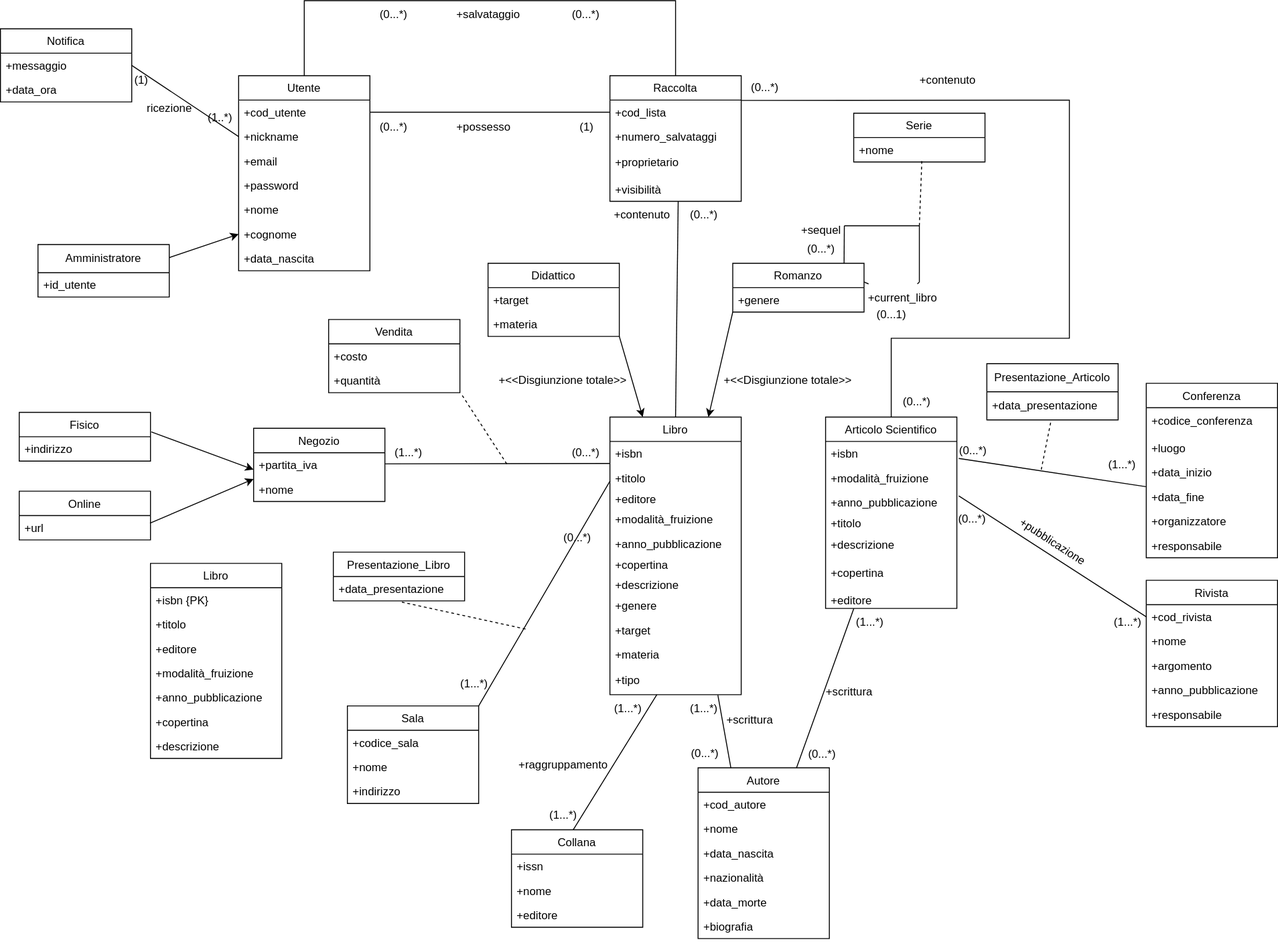
Earlier version of the draw.io export progettazione_concettuale/Modello_Concettuale.drawio.svg (m3tt0/Progetto_OB_BASI). Source tidied: cells renumbered, new cells last; positions are measured from the earlier drawing's top-left corner, leaving out a move shared by most shapes.
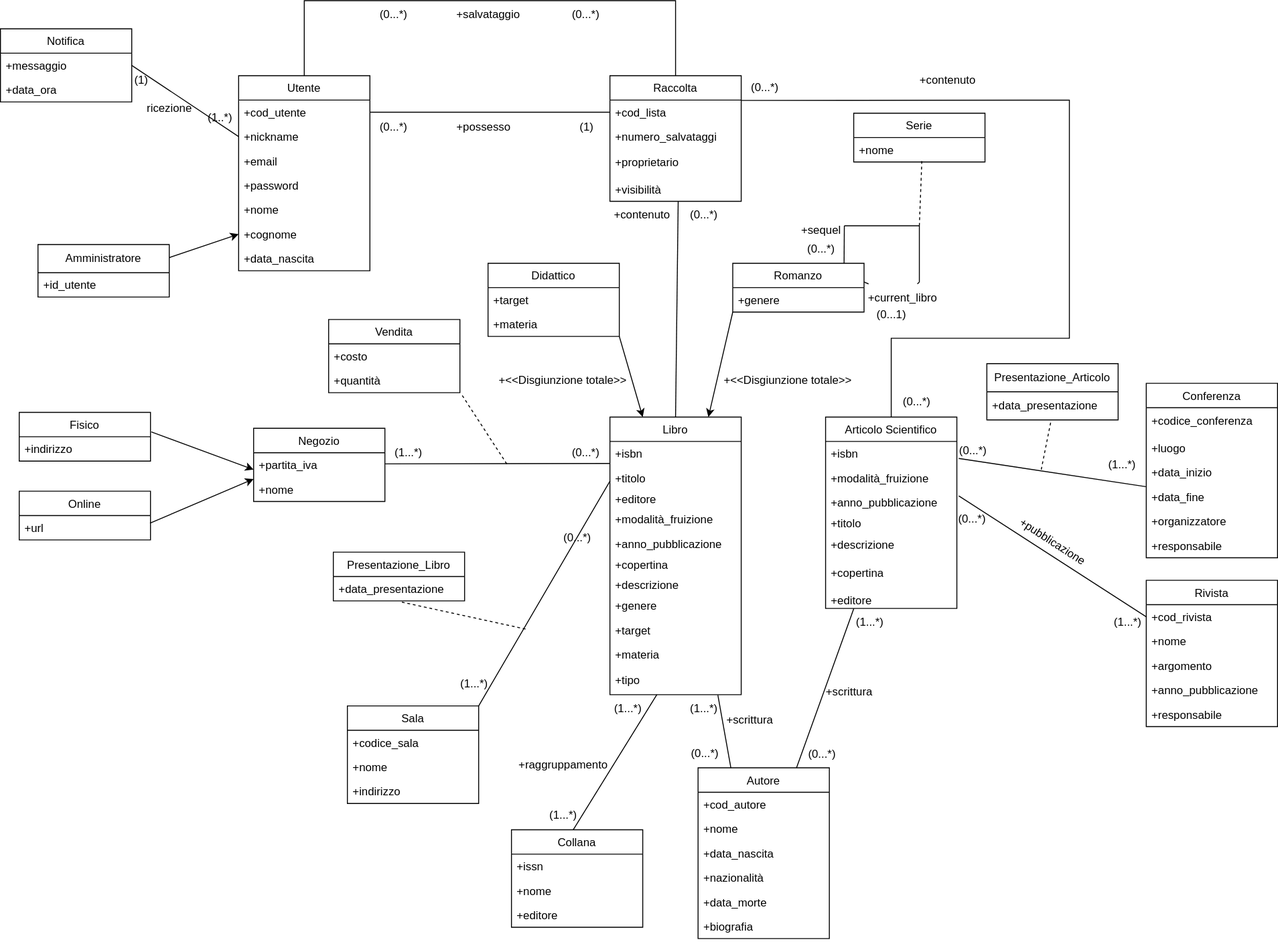
The same file after the commit.

Diff of the diagram source:
```diff
@@ -483,30 +483,6 @@
     <mxCell id="148" value="(0...*)" style="text;html=1;align=center;verticalAlign=middle;strokeColor=none;fillColor=none;" parent="1" vertex="1">
       <mxGeometry x="952" y="413" width="50" height="30" as="geometry" />
     </mxCell>
-    <mxCell id="149" value="Libro" style="swimlane;fontStyle=0;horizontal=1;startSize=26;fillColor=none;" parent="1" vertex="1">
-      <mxGeometry x="160" y="600" width="140" height="208" as="geometry" />
-    </mxCell>
-    <mxCell id="150" value="+isbn {PK}" style="text;strokeColor=none;fillColor=none;align=left;verticalAlign=top;spacingLeft=4;spacingRight=4;overflow=hidden;fontStyle=0;" parent="149" vertex="1">
-      <mxGeometry y="26" width="140" height="26" as="geometry" />
-    </mxCell>
-    <mxCell id="151" value="+titolo" style="text;strokeColor=none;fillColor=none;align=left;verticalAlign=top;spacingLeft=4;spacingRight=4;overflow=hidden;" parent="149" vertex="1">
-      <mxGeometry y="52" width="140" height="26" as="geometry" />
-    </mxCell>
-    <mxCell id="152" value="+editore" style="text;strokeColor=none;fillColor=none;align=left;verticalAlign=top;spacingLeft=4;spacingRight=4;overflow=hidden;" parent="149" vertex="1">
-      <mxGeometry y="78" width="140" height="26" as="geometry" />
-    </mxCell>
-    <mxCell id="153" value="+modalità_fruizione" style="text;strokeColor=none;fillColor=none;align=left;verticalAlign=top;spacingLeft=4;spacingRight=4;overflow=hidden;" parent="149" vertex="1">
-      <mxGeometry y="104" width="140" height="26" as="geometry" />
-    </mxCell>
-    <mxCell id="154" value="+anno_pubblicazione" style="text;strokeColor=none;fillColor=none;align=left;verticalAlign=top;spacingLeft=4;spacingRight=4;overflow=hidden;" parent="149" vertex="1">
-      <mxGeometry y="130" width="140" height="26" as="geometry" />
-    </mxCell>
-    <mxCell id="155" value="+copertina" style="text;strokeColor=none;fillColor=none;align=left;verticalAlign=top;spacingLeft=4;spacingRight=4;overflow=hidden;" parent="149" vertex="1">
-      <mxGeometry y="156" width="140" height="26" as="geometry" />
-    </mxCell>
-    <mxCell id="156" value="+descrizione" style="text;strokeColor=none;fillColor=none;align=left;verticalAlign=top;spacingLeft=4;spacingRight=4;overflow=hidden;" parent="149" vertex="1">
-      <mxGeometry y="182" width="140" height="26" as="geometry" />
-    </mxCell>
     <mxCell id="157" value="Presentazione_Articolo" style="swimlane;fontStyle=0;horizontal=1;startSize=30;whiteSpace=wrap;html=1;fillColor=none;" parent="1" vertex="1">
       <mxGeometry x="1052" y="387" width="140" height="60" as="geometry" />
     </mxCell>
```
